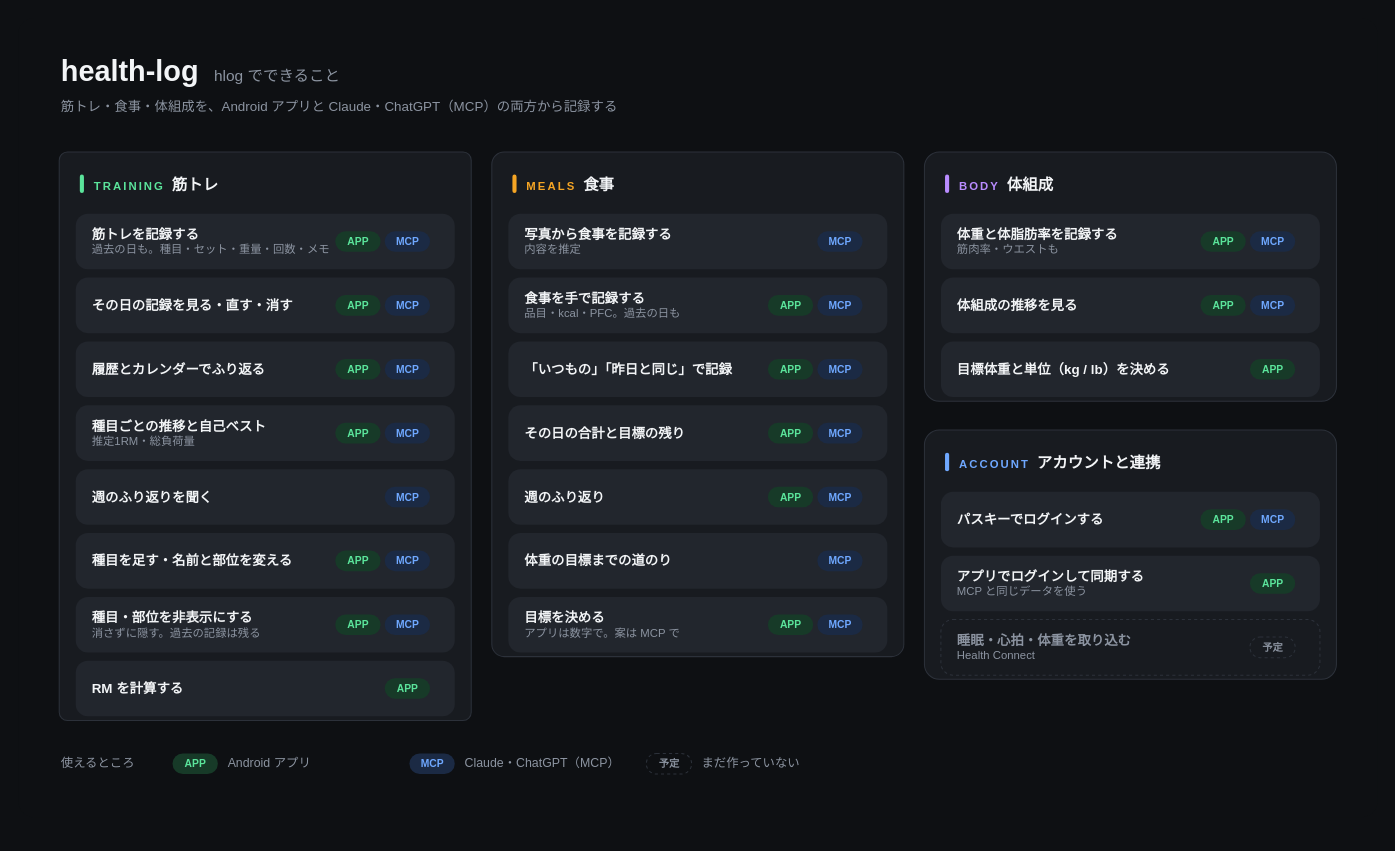
Above: docs/diagrams/usecase.drawio in ykitaza/health-log (draw.io), before the change. Source tidied: cells renumbered, new cells numbered last; positions are measured from the earlier drawing's top-left corner, leaving out a move shared by most shapes. Both pictures are drawn from the tidied source at 103%, with x=0, y=0 at pixel (18, 18).
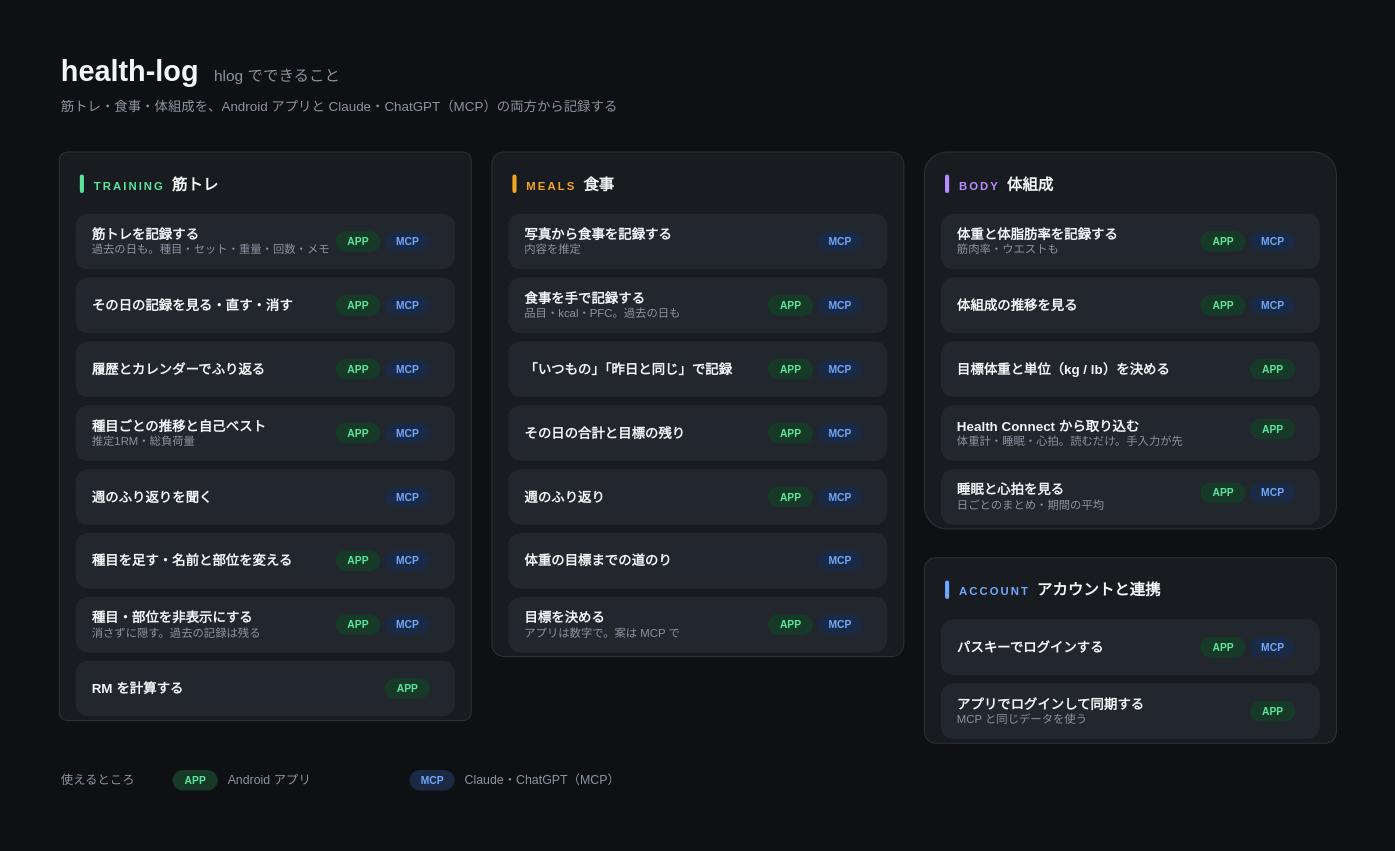
The same diagram, later.

Diff of the diagram source:
```diff
@@
     <mxCell id="2" style="rounded=1;arcSize=2;fillColor=#0E1013;strokeColor=none;" parent="1" vertex="1">
-      <mxGeometry width="1320" height="776" as="geometry" />
+      <mxGeometry width="1320" height="792" as="geometry" />
     </mxCell>
@@
     <mxCell id="67" style="rounded=1;arcSize=6;fillColor=#181B20;strokeColor=#2C313A;" parent="1" vertex="1">
-      <mxGeometry x="880" y="130" width="400" height="242" as="geometry" />
+      <mxGeometry x="880" y="130" width="400" height="366" as="geometry" />
     </mxCell>
@@
+    <mxCell id="101" style="rounded=1;arcSize=22;fillColor=#22262D;strokeColor=none;" parent="1" vertex="1">
+      <mxGeometry x="896" y="376" width="368" height="54" as="geometry" />
+    </mxCell>
+    <mxCell id="102" value="&lt;span style=&quot;font-size:13px;font-weight:700;color:#F3F5F7&quot;&gt;Health Connect から取り込む&lt;/span&gt;&lt;br&gt;&lt;span style=&quot;font-size:11px;color:#8C94A1&quot;&gt;体重計・睡眠・心拍。読むだけ。手入力が先&lt;/span&gt;" style="text;html=1;align=left;verticalAlign=middle;whiteSpace=wrap;fontFamily=Hiragino Sans;" parent="1" vertex="1">
+      <mxGeometry x="910" y="380" width="250" height="46" as="geometry" />
+    </mxCell>
+    <mxCell id="103" value="APP" style="rounded=1;arcSize=50;html=1;fontSize=10;fontStyle=1;align=center;verticalAlign=middle;fontFamily=Hiragino Sans;fillColor=#173A28;strokeColor=none;fontColor=#5BE49B;" parent="1" vertex="1">
+      <mxGeometry x="1196" y="389" width="44" height="20" as="geometry" />
+    </mxCell>
+    <mxCell id="104" style="rounded=1;arcSize=22;fillColor=#22262D;strokeColor=none;" parent="1" vertex="1">
+      <mxGeometry x="896" y="438" width="368" height="54" as="geometry" />
+    </mxCell>
+    <mxCell id="105" value="&lt;span style=&quot;font-size:13px;font-weight:700;color:#F3F5F7&quot;&gt;睡眠と心拍を見る&lt;/span&gt;&lt;br&gt;&lt;span style=&quot;font-size:11px;color:#8C94A1&quot;&gt;日ごとのまとめ・期間の平均&lt;/span&gt;" style="text;html=1;align=left;verticalAlign=middle;whiteSpace=wrap;fontFamily=Hiragino Sans;" parent="1" vertex="1">
+      <mxGeometry x="910" y="442" width="250" height="46" as="geometry" />
+    </mxCell>
+    <mxCell id="106" value="MCP" style="rounded=1;arcSize=50;html=1;fontSize=10;fontStyle=1;align=center;verticalAlign=middle;fontFamily=Hiragino Sans;fillColor=#1B2A44;strokeColor=none;fontColor=#6FA8FF;" parent="1" vertex="1">
+      <mxGeometry x="1196" y="451" width="44" height="20" as="geometry" />
+    </mxCell>
+    <mxCell id="107" value="APP" style="rounded=1;arcSize=50;html=1;fontSize=10;fontStyle=1;align=center;verticalAlign=middle;fontFamily=Hiragino Sans;fillColor=#173A28;strokeColor=none;fontColor=#5BE49B;" parent="1" vertex="1">
+      <mxGeometry x="1148" y="451" width="44" height="20" as="geometry" />
+    </mxCell>
     <mxCell id="81" style="rounded=1;arcSize=6;fillColor=#181B20;strokeColor=#2C313A;" parent="1" vertex="1">
-      <mxGeometry x="880" y="400" width="400" height="242" as="geometry" />
+      <mxGeometry x="880" y="524" width="400" height="180" as="geometry" />
     </mxCell>
     <mxCell id="82" style="rounded=1;arcSize=50;fillColor=#6FA8FF;strokeColor=none;" parent="1" vertex="1">
-      <mxGeometry x="900" y="422" width="4" height="18" as="geometry" />
+      <mxGeometry x="900" y="546" width="4" height="18" as="geometry" />
     </mxCell>
     <mxCell id="83" value="&lt;span style=&quot;font-size:11px;font-weight:700;letter-spacing:2px;color:#6FA8FF&quot;&gt;ACCOUNT&lt;/span&gt;&amp;nbsp;&amp;nbsp;&lt;span style=&quot;font-size:15px;font-weight:700;color:#F3F5F7&quot;&gt;アカウントと連携&lt;/span&gt;" style="text;html=1;align=left;verticalAlign=middle;fontFamily=Hiragino Sans;" parent="1" vertex="1">
-      <mxGeometry x="912" y="416" width="300" height="30" as="geometry" />
+      <mxGeometry x="912" y="540" width="300" height="30" as="geometry" />
     </mxCell>
     <mxCell id="84" style="rounded=1;arcSize=22;fillColor=#22262D;strokeColor=none;" parent="1" vertex="1">
-      <mxGeometry x="896" y="460" width="368" height="54" as="geometry" />
+      <mxGeometry x="896" y="584" width="368" height="54" as="geometry" />
     </mxCell>
     <mxCell id="85" value="&lt;span style=&quot;font-size:13px;font-weight:700;color:#F3F5F7&quot;&gt;パスキーでログインする&lt;/span&gt;" style="text;html=1;align=left;verticalAlign=middle;whiteSpace=wrap;fontFamily=Hiragino Sans;" parent="1" vertex="1">
-      <mxGeometry x="910" y="464" width="250" height="46" as="geometry" />
+      <mxGeometry x="910" y="588" width="250" height="46" as="geometry" />
     </mxCell>
     <mxCell id="86" value="MCP" style="rounded=1;arcSize=50;html=1;fontSize=10;fontStyle=1;align=center;verticalAlign=middle;fontFamily=Hiragino Sans;fillColor=#1B2A44;strokeColor=none;fontColor=#6FA8FF;" parent="1" vertex="1">
-      <mxGeometry x="1196" y="477" width="44" height="20" as="geometry" />
+      <mxGeometry x="1196" y="601" width="44" height="20" as="geometry" />
     </mxCell>
     <mxCell id="87" value="APP" style="rounded=1;arcSize=50;html=1;fontSize=10;fontStyle=1;align=center;verticalAlign=middle;fontFamily=Hiragino Sans;fillColor=#173A28;strokeColor=none;fontColor=#5BE49B;" parent="1" vertex="1">
-      <mxGeometry x="1148" y="477" width="44" height="20" as="geometry" />
+      <mxGeometry x="1148" y="601" width="44" height="20" as="geometry" />
     </mxCell>
     <mxCell id="88" style="rounded=1;arcSize=22;fillColor=#22262D;strokeColor=none;" parent="1" vertex="1">
-      <mxGeometry x="896" y="522" width="368" height="54" as="geometry" />
+      <mxGeometry x="896" y="646" width="368" height="54" as="geometry" />
     </mxCell>
     <mxCell id="89" value="&lt;span style=&quot;font-size:13px;font-weight:700;color:#F3F5F7&quot;&gt;アプリでログインして同期する&lt;/span&gt;&lt;br&gt;&lt;span style=&quot;font-size:11px;color:#8C94A1&quot;&gt;MCP と同じデータを使う&lt;/span&gt;" style="text;html=1;align=left;verticalAlign=middle;whiteSpace=wrap;fontFamily=Hiragino Sans;" parent="1" vertex="1">
-      <mxGeometry x="910" y="526" width="250" height="46" as="geometry" />
+      <mxGeometry x="910" y="650" width="250" height="46" as="geometry" />
     </mxCell>
     <mxCell id="90" value="APP" style="rounded=1;arcSize=50;html=1;fontSize=10;fontStyle=1;align=center;verticalAlign=middle;fontFamily=Hiragino Sans;fillColor=#173A28;strokeColor=none;fontColor=#5BE49B;" parent="1" vertex="1">
-      <mxGeometry x="1196" y="539" width="44" height="20" as="geometry" />
+      <mxGeometry x="1196" y="663" width="44" height="20" as="geometry" />
     </mxCell>
-    <mxCell id="91" style="rounded=1;arcSize=22;fillColor=none;strokeColor=#2C313A;dashed=1;" parent="1" vertex="1">
-      <mxGeometry x="896" y="584" width="368" height="54" as="geometry" />
-    </mxCell>
-    <mxCell id="92" value="&lt;span style=&quot;font-size:13px;font-weight:700;color:#8C94A1&quot;&gt;睡眠・心拍・体重を取り込む&lt;/span&gt;&lt;br&gt;&lt;span style=&quot;font-size:11px;color:#8C94A1&quot;&gt;Health Connect&lt;/span&gt;" style="text;html=1;align=left;verticalAlign=middle;whiteSpace=wrap;fontFamily=Hiragino Sans;" parent="1" vertex="1">
-      <mxGeometry x="910" y="588" width="250" height="46" as="geometry" />
-    </mxCell>
-    <mxCell id="93" value="予定" style="rounded=1;arcSize=50;html=1;fontSize=10;fontStyle=1;align=center;verticalAlign=middle;fontFamily=Hiragino Sans;fillColor=none;strokeColor=#2C313A;dashed=1;fontColor=#8C94A1;" parent="1" vertex="1">
-      <mxGeometry x="1196" y="601" width="44" height="20" as="geometry" />
-    </mxCell>
     <mxCell id="94" value="&lt;span style=&quot;color:#8C94A1;font-size:12px&quot;&gt;使えるところ&lt;/span&gt;" style="text;html=1;align=left;verticalAlign=middle;fontFamily=Hiragino Sans;" parent="1" vertex="1">
-      <mxGeometry x="40" y="714" width="100" height="20" as="geometry" />
+      <mxGeometry x="40" y="730" width="100" height="20" as="geometry" />
     </mxCell>
     <mxCell id="95" value="APP" style="rounded=1;arcSize=50;html=1;fontSize=10;fontStyle=1;align=center;verticalAlign=middle;fontFamily=Hiragino Sans;fillColor=#173A28;strokeColor=none;fontColor=#5BE49B;" parent="1" vertex="1">
-      <mxGeometry x="150" y="714" width="44" height="20" as="geometry" />
+      <mxGeometry x="150" y="730" width="44" height="20" as="geometry" />
     </mxCell>
     <mxCell id="96" value="&lt;span style=&quot;color:#8C94A1;font-size:12px&quot;&gt;Android アプリ&lt;/span&gt;" style="text;html=1;align=left;verticalAlign=middle;fontFamily=Hiragino Sans;" parent="1" vertex="1">
-      <mxGeometry x="202" y="714" width="170" height="20" as="geometry" />
+      <mxGeometry x="202" y="730" width="170" height="20" as="geometry" />
     </mxCell>
     <mxCell id="97" value="MCP" style="rounded=1;arcSize=50;html=1;fontSize=10;fontStyle=1;align=center;verticalAlign=middle;fontFamily=Hiragino Sans;fillColor=#1B2A44;strokeColor=none;fontColor=#6FA8FF;" parent="1" vertex="1">
-      <mxGeometry x="380" y="714" width="44" height="20" as="geometry" />
+      <mxGeometry x="380" y="730" width="44" height="20" as="geometry" />
     </mxCell>
     <mxCell id="98" value="&lt;span style=&quot;color:#8C94A1;font-size:12px&quot;&gt;Claude・ChatGPT（MCP）&lt;/span&gt;" style="text;html=1;align=left;verticalAlign=middle;fontFamily=Hiragino Sans;" parent="1" vertex="1">
-      <mxGeometry x="432" y="714" width="170" height="20" as="geometry" />
+      <mxGeometry x="432" y="730" width="170" height="20" as="geometry" />
     </mxCell>
-    <mxCell id="99" value="予定" style="rounded=1;arcSize=50;html=1;fontSize=10;fontStyle=1;align=center;verticalAlign=middle;fontFamily=Hiragino Sans;fillColor=none;strokeColor=#2C313A;dashed=1;fontColor=#8C94A1;" parent="1" vertex="1">
-      <mxGeometry x="610" y="714" width="44" height="20" as="geometry" />
-    </mxCell>
-    <mxCell id="100" value="&lt;span style=&quot;color:#8C94A1;font-size:12px&quot;&gt;まだ作っていない&lt;/span&gt;" style="text;html=1;align=left;verticalAlign=middle;fontFamily=Hiragino Sans;" parent="1" vertex="1">
-      <mxGeometry x="662" y="714" width="170" height="20" as="geometry" />
-    </mxCell>
```
